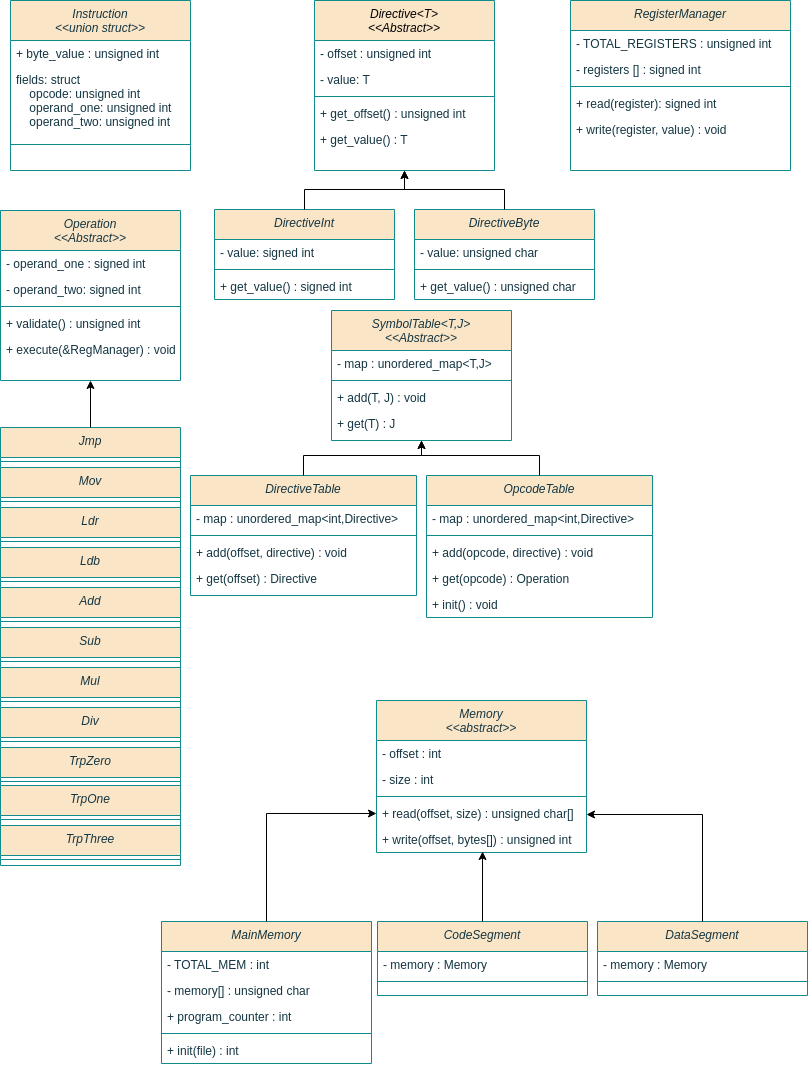
The draw.io diagram design/ClassUML.drawio.png in podefero/VirtualAssembler, before a commit. Source tidied: cells renumbered, new cells last; positions are measured from the earlier drawing's top-left corner, leaving out a move shared by most shapes.
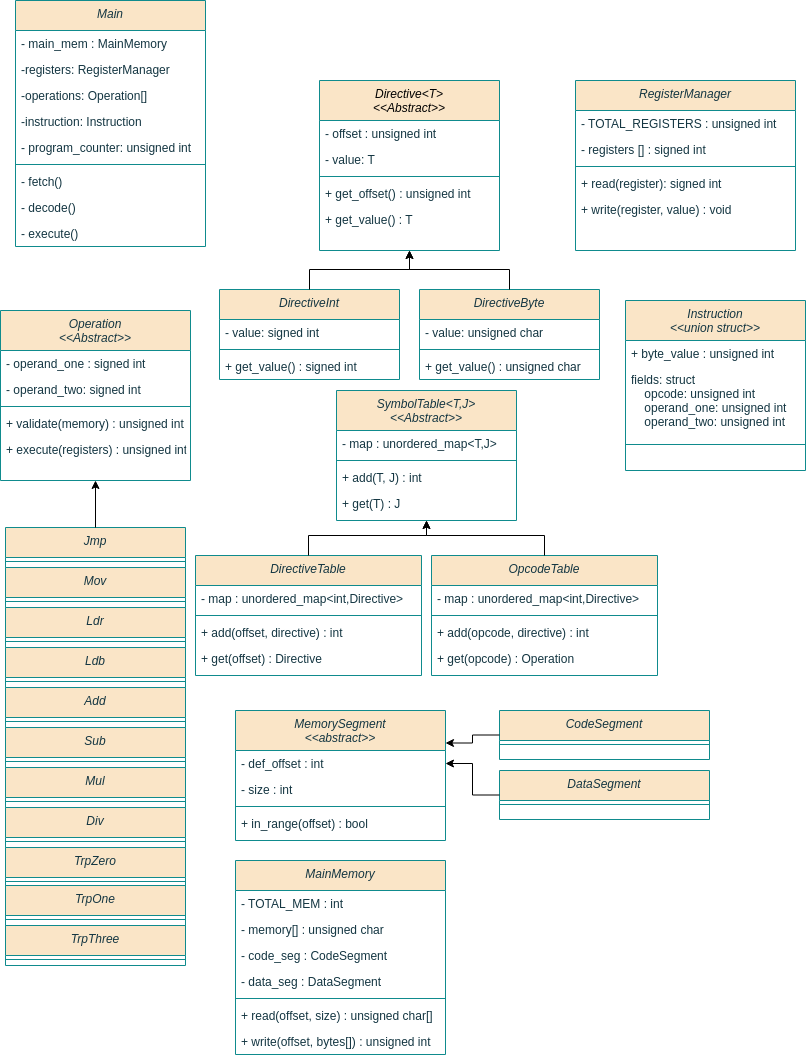
The same file after the commit.

Change to the diagram source:
```diff
@@ -5,3 +5,3 @@
     <mxCell id="2" value="Instruction&#10;&lt;&lt;union struct&gt;&gt;" style="swimlane;fontStyle=2;align=center;verticalAlign=top;horizontal=1;startSize=40;rounded=0;shadow=0;strokeWidth=1;labelBackgroundColor=none;fillColor=#FAE5C7;strokeColor=#0F8B8D;fontColor=#143642;" parent="1" vertex="1">
-      <mxGeometry x="10" width="180" height="170" as="geometry" />
+      <mxGeometry x="620" y="220" width="180" height="170" as="geometry" />
     </mxCell>
@@ -71,21 +71,21 @@
     <mxCell id="24" style="group;" parent="1" vertex="1">
-      <mxGeometry y="210" width="180" height="656" as="geometry" />
+      <mxGeometry y="230" width="190" height="656" as="geometry" />
     </mxCell>
     <mxCell id="25" value="Operation&#10;&lt;&lt;Abstract&gt;&gt;" style="swimlane;fontStyle=2;align=center;verticalAlign=top;horizontal=1;startSize=40;rounded=0;shadow=0;strokeWidth=1;labelBackgroundColor=none;fillColor=#FAE5C7;strokeColor=#0F8B8D;fontColor=#143642;" parent="24" vertex="1">
-      <mxGeometry width="180" height="170" as="geometry" />
+      <mxGeometry x="-5" width="190" height="170" as="geometry" />
     </mxCell>
     <mxCell id="26" value="- operand_one : signed int" style="text;align=left;verticalAlign=top;spacingLeft=4;spacingRight=4;overflow=hidden;labelBackgroundColor=none;fontColor=#143642;" parent="25" vertex="1">
-      <mxGeometry y="40" width="180" height="26" as="geometry" />
+      <mxGeometry y="40" width="190" height="26" as="geometry" />
     </mxCell>
     <mxCell id="27" value="- operand_two: signed int" style="text;align=left;verticalAlign=top;spacingLeft=4;spacingRight=4;overflow=hidden;labelBackgroundColor=none;fontColor=#143642;" parent="25" vertex="1">
-      <mxGeometry y="66" width="180" height="26" as="geometry" />
+      <mxGeometry y="66" width="190" height="26" as="geometry" />
     </mxCell>
     <mxCell id="28" style="line;html=1;strokeWidth=1;align=left;verticalAlign=middle;spacingTop=-1;spacingLeft=3;spacingRight=3;labelPosition=right;labelBackgroundColor=none;fillColor=#FAE5C7;strokeColor=#0F8B8D;fontColor=#143642;" parent="25" vertex="1">
-      <mxGeometry y="92" width="180" height="8" as="geometry" />
+      <mxGeometry y="92" width="190" height="8" as="geometry" />
     </mxCell>
-    <mxCell id="29" value="+ validate() : unsigned int" style="text;align=left;verticalAlign=top;spacingLeft=4;spacingRight=4;overflow=hidden;labelBackgroundColor=none;fontColor=#143642;" parent="25" vertex="1">
-      <mxGeometry y="100" width="180" height="26" as="geometry" />
+    <mxCell id="29" value="+ validate(memory) : unsigned int" style="text;align=left;verticalAlign=top;spacingLeft=4;spacingRight=4;overflow=hidden;labelBackgroundColor=none;fontColor=#143642;" parent="25" vertex="1">
+      <mxGeometry y="100" width="190" height="26" as="geometry" />
     </mxCell>
-    <mxCell id="30" value="+ execute(&amp;RegManager) : void" style="text;align=left;verticalAlign=top;spacingLeft=4;spacingRight=4;overflow=hidden;labelBackgroundColor=none;fontColor=#143642;" parent="25" vertex="1">
-      <mxGeometry y="126" width="180" height="26" as="geometry" />
+    <mxCell id="30" value="+ execute(registers) : unsigned int" style="text;align=left;verticalAlign=top;spacingLeft=4;spacingRight=4;overflow=hidden;labelBackgroundColor=none;fontColor=#143642;" parent="25" vertex="1">
+      <mxGeometry y="126" width="190" height="26" as="geometry" />
     </mxCell>
@@ -193,3 +193,3 @@
     </mxCell>
-    <mxCell id="65" value="+ add(T, J) : void" style="text;align=left;verticalAlign=top;spacingLeft=4;spacingRight=4;overflow=hidden;labelBackgroundColor=none;fontColor=#143642;" parent="62" vertex="1">
+    <mxCell id="65" value="+ add(T, J) : int" style="text;align=left;verticalAlign=top;spacingLeft=4;spacingRight=4;overflow=hidden;labelBackgroundColor=none;fontColor=#143642;" parent="62" vertex="1">
       <mxGeometry y="74" width="180" height="26" as="geometry" />
@@ -211,3 +211,3 @@
     </mxCell>
-    <mxCell id="71" value="+ add(offset, directive) : void" style="text;align=left;verticalAlign=top;spacingLeft=4;spacingRight=4;overflow=hidden;labelBackgroundColor=none;fontColor=#143642;" parent="68" vertex="1">
+    <mxCell id="71" value="+ add(offset, directive) : int" style="text;align=left;verticalAlign=top;spacingLeft=4;spacingRight=4;overflow=hidden;labelBackgroundColor=none;fontColor=#143642;" parent="68" vertex="1">
       <mxGeometry y="64" width="226" height="26" as="geometry" />
@@ -218,3 +218,3 @@
     <mxCell id="73" value="OpcodeTable" style="swimlane;fontStyle=2;align=center;verticalAlign=top;horizontal=1;startSize=30;rounded=0;shadow=0;strokeWidth=1;labelBackgroundColor=none;fillColor=#FAE5C7;strokeColor=#0F8B8D;fontColor=#143642;" parent="67" vertex="1">
-      <mxGeometry x="236" width="226" height="142" as="geometry" />
+      <mxGeometry x="236" width="226" height="120" as="geometry" />
     </mxCell>
@@ -226,3 +226,3 @@
     </mxCell>
-    <mxCell id="76" value="+ add(opcode, directive) : void" style="text;align=left;verticalAlign=top;spacingLeft=4;spacingRight=4;overflow=hidden;labelBackgroundColor=none;fontColor=#143642;" parent="73" vertex="1">
+    <mxCell id="76" value="+ add(opcode, directive) : int" style="text;align=left;verticalAlign=top;spacingLeft=4;spacingRight=4;overflow=hidden;labelBackgroundColor=none;fontColor=#143642;" parent="73" vertex="1">
       <mxGeometry y="64" width="226" height="26" as="geometry" />
@@ -232,5 +232,2 @@
     </mxCell>
-    <mxCell id="78" value="+ init() : void" style="text;align=left;verticalAlign=top;spacingLeft=4;spacingRight=4;overflow=hidden;labelBackgroundColor=none;fontColor=#143642;" parent="73" vertex="1">
-      <mxGeometry y="116" width="226" height="26" as="geometry" />
-    </mxCell>
     <mxCell id="79" style="edgeStyle=orthogonalEdgeStyle;rounded=0;jettySize=auto;html=1;exitX=0.5;exitY=0;exitDx=0;exitDy=0;entryX=0.5;entryY=1;entryDx=0;entryDy=0;fontColor=default;" parent="61" edge="1" source="68" target="62">
@@ -241,6 +238,6 @@
     </mxCell>
-    <mxCell id="81" value="Memory&#10;&lt;&lt;abstract&gt;&gt;" style="swimlane;fontStyle=2;align=center;verticalAlign=top;horizontal=1;startSize=40;rounded=0;shadow=0;strokeWidth=1;labelBackgroundColor=none;fillColor=#FAE5C7;strokeColor=#0F8B8D;fontColor=#143642;" parent="1" vertex="1">
-      <mxGeometry x="376" y="700" width="210" height="152" as="geometry" />
+    <mxCell id="81" value="MemorySegment&#10;&lt;&lt;abstract&gt;&gt;" style="swimlane;fontStyle=2;align=center;verticalAlign=top;horizontal=1;startSize=40;rounded=0;shadow=0;strokeWidth=1;labelBackgroundColor=none;fillColor=#FAE5C7;strokeColor=#0F8B8D;fontColor=#143642;" parent="1" vertex="1">
+      <mxGeometry x="230" y="630" width="210" height="130" as="geometry" />
     </mxCell>
-    <mxCell id="82" value="- offset : int" style="text;align=left;verticalAlign=top;spacingLeft=4;spacingRight=4;overflow=hidden;points=[[0,0.5],[1,0.5]];portConstraint=eastwest;labelBackgroundColor=none;fontColor=#143642;" parent="81" vertex="1">
+    <mxCell id="82" value="- def_offset : int" style="text;align=left;verticalAlign=top;spacingLeft=4;spacingRight=4;overflow=hidden;points=[[0,0.5],[1,0.5]];portConstraint=eastwest;labelBackgroundColor=none;fontColor=#143642;" parent="81" vertex="1">
       <mxGeometry y="40" width="210" height="26" as="geometry" />
@@ -253,13 +250,37 @@
     </mxCell>
-    <mxCell id="85" value="+ read(offset, size) : unsigned char[]" style="text;align=left;verticalAlign=top;spacingLeft=4;spacingRight=4;overflow=hidden;points=[[0,0.5],[1,0.5]];portConstraint=eastwest;labelBackgroundColor=none;fontColor=#143642;" parent="81" vertex="1">
-      <mxGeometry y="100" width="210" height="26" as="geometry" />
-    </mxCell>
-    <mxCell id="86" value="+ write(offset, bytes[]) : unsigned int" style="text;align=left;verticalAlign=top;spacingLeft=4;spacingRight=4;overflow=hidden;points=[[0,0.5],[1,0.5]];portConstraint=eastwest;labelBackgroundColor=none;fontColor=#143642;" parent="81" vertex="1">
-      <mxGeometry y="126" width="210" height="26" as="geometry" />
-    </mxCell>
-    <mxCell id="87" style="group;" parent="1" vertex="1">
-      <mxGeometry x="161" y="921" width="646" height="142" as="geometry" />
-    </mxCell>
+    <mxCell id="103" value="+ in_range(offset) : bool" style="text;align=left;verticalAlign=top;spacingLeft=4;spacingRight=4;overflow=hidden;labelBackgroundColor=none;fontColor=#143642;" parent="81" vertex="1">
+      <mxGeometry y="100" width="210" height="26" as="geometry" />
+    </mxCell>
+    <mxCell id="104" value="Main" style="swimlane;fontStyle=2;align=center;verticalAlign=top;horizontal=1;startSize=30;rounded=0;shadow=0;strokeWidth=1;labelBackgroundColor=none;fillColor=#FAE5C7;strokeColor=#0F8B8D;fontColor=#143642;" parent="1" vertex="1">
+      <mxGeometry x="10" y="-80" width="190" height="246" as="geometry" />
+    </mxCell>
+    <mxCell id="105" value="- main_mem : MainMemory" style="text;align=left;verticalAlign=top;spacingLeft=4;spacingRight=4;overflow=hidden;labelBackgroundColor=none;fontColor=#143642;" parent="104" vertex="1">
+      <mxGeometry y="30" width="190" height="26" as="geometry" />
+    </mxCell>
+    <mxCell id="106" value="-registers: RegisterManager" style="text;align=left;verticalAlign=top;spacingLeft=4;spacingRight=4;overflow=hidden;labelBackgroundColor=none;fontColor=#143642;" parent="104" vertex="1">
+      <mxGeometry y="56" width="190" height="26" as="geometry" />
+    </mxCell>
+    <mxCell id="107" value="-operations: Operation[]" style="text;align=left;verticalAlign=top;spacingLeft=4;spacingRight=4;overflow=hidden;labelBackgroundColor=none;fontColor=#143642;" parent="104" vertex="1">
+      <mxGeometry y="82" width="190" height="26" as="geometry" />
+    </mxCell>
+    <mxCell id="108" value="-instruction: Instruction" style="text;align=left;verticalAlign=top;spacingLeft=4;spacingRight=4;overflow=hidden;labelBackgroundColor=none;fontColor=#143642;" parent="104" vertex="1">
+      <mxGeometry y="108" width="190" height="26" as="geometry" />
+    </mxCell>
+    <mxCell id="109" value="- program_counter: unsigned int" style="text;align=left;verticalAlign=top;spacingLeft=4;spacingRight=4;overflow=hidden;labelBackgroundColor=none;fontColor=#143642;" parent="104" vertex="1">
+      <mxGeometry y="134" width="190" height="26" as="geometry" />
+    </mxCell>
+    <mxCell id="110" style="line;html=1;strokeWidth=1;align=left;verticalAlign=middle;spacingTop=-1;spacingLeft=3;spacingRight=3;labelPosition=right;labelBackgroundColor=none;fillColor=#FAE5C7;strokeColor=#0F8B8D;fontColor=#143642;" parent="104" vertex="1">
+      <mxGeometry y="160" width="190" height="8" as="geometry" />
+    </mxCell>
+    <mxCell id="111" value="- fetch()" style="text;align=left;verticalAlign=top;spacingLeft=4;spacingRight=4;overflow=hidden;labelBackgroundColor=none;fontColor=#143642;" parent="104" vertex="1">
+      <mxGeometry y="168" width="190" height="26" as="geometry" />
+    </mxCell>
+    <mxCell id="112" value="- decode()" style="text;align=left;verticalAlign=top;spacingLeft=4;spacingRight=4;overflow=hidden;labelBackgroundColor=none;fontColor=#143642;" parent="104" vertex="1">
+      <mxGeometry y="194" width="190" height="26" as="geometry" />
+    </mxCell>
+    <mxCell id="113" value="- execute()" style="text;align=left;verticalAlign=top;spacingLeft=4;spacingRight=4;overflow=hidden;labelBackgroundColor=none;fontColor=#143642;" parent="104" vertex="1">
+      <mxGeometry y="220" width="190" height="26" as="geometry" />
+    </mxCell>
-    <mxCell id="88" value="MainMemory" style="swimlane;fontStyle=2;align=center;verticalAlign=top;horizontal=1;startSize=30;rounded=0;shadow=0;strokeWidth=1;labelBackgroundColor=none;fillColor=#FAE5C7;strokeColor=#0F8B8D;fontColor=#143642;" parent="87" vertex="1">
-      <mxGeometry width="210" height="142" as="geometry" />
+    <mxCell id="88" value="MainMemory" style="swimlane;fontStyle=2;align=center;verticalAlign=top;horizontal=1;startSize=30;rounded=0;shadow=0;strokeWidth=1;labelBackgroundColor=none;fillColor=#FAE5C7;strokeColor=#0F8B8D;fontColor=#143642;" parent="1" vertex="1">
+      <mxGeometry x="230" y="780" width="210" height="194" as="geometry" />
     </mxCell>
@@ -271,38 +292,38 @@
     </mxCell>
-    <mxCell id="91" value="+ program_counter : int" style="text;align=left;verticalAlign=top;spacingLeft=4;spacingRight=4;overflow=hidden;labelBackgroundColor=none;fontColor=#143642;" parent="88" vertex="1">
-      <mxGeometry y="82" width="210" height="26" as="geometry" />
-    </mxCell>
+    <mxCell id="114" value="- code_seg : CodeSegment" style="text;align=left;verticalAlign=top;spacingLeft=4;spacingRight=4;overflow=hidden;labelBackgroundColor=none;fontColor=#143642;" parent="88" vertex="1">
+      <mxGeometry y="82" width="210" height="26" as="geometry" />
+    </mxCell>
+    <mxCell id="115" value="- data_seg : DataSegment" style="text;align=left;verticalAlign=top;spacingLeft=4;spacingRight=4;overflow=hidden;labelBackgroundColor=none;fontColor=#143642;" parent="88" vertex="1">
+      <mxGeometry y="108" width="210" height="26" as="geometry" />
+    </mxCell>
     <mxCell id="92" style="line;html=1;strokeWidth=1;align=left;verticalAlign=middle;spacingTop=-1;spacingLeft=3;spacingRight=3;labelPosition=right;labelBackgroundColor=none;fillColor=#FAE5C7;strokeColor=#0F8B8D;fontColor=#143642;" parent="88" vertex="1">
-      <mxGeometry y="108" width="210" height="8" as="geometry" />
+      <mxGeometry y="134" width="210" height="8" as="geometry" />
     </mxCell>
-    <mxCell id="93" value="+ init(file) : int" style="text;align=left;verticalAlign=top;spacingLeft=4;spacingRight=4;overflow=hidden;labelBackgroundColor=none;fontColor=#143642;" parent="88" vertex="1">
-      <mxGeometry y="116" width="210" height="26" as="geometry" />
-    </mxCell>
+    <mxCell id="85" value="+ read(offset, size) : unsigned char[]" style="text;align=left;verticalAlign=top;spacingLeft=4;spacingRight=4;overflow=hidden;points=[[0,0.5],[1,0.5]];portConstraint=eastwest;labelBackgroundColor=none;fontColor=#143642;" parent="88" vertex="1">
+      <mxGeometry y="142" width="210" height="26" as="geometry" />
+    </mxCell>
+    <mxCell id="86" value="+ write(offset, bytes[]) : unsigned int" style="text;align=left;verticalAlign=top;spacingLeft=4;spacingRight=4;overflow=hidden;points=[[0,0.5],[1,0.5]];portConstraint=eastwest;labelBackgroundColor=none;fontColor=#143642;" parent="88" vertex="1">
+      <mxGeometry y="168" width="210" height="26" as="geometry" />
+    </mxCell>
+    <mxCell id="116" style="group;" parent="1" vertex="1">
+      <mxGeometry x="494" y="630" width="210" height="109" as="geometry" />
+    </mxCell>
-    <mxCell id="94" value="CodeSegment" style="swimlane;fontStyle=2;align=center;verticalAlign=top;horizontal=1;startSize=30;rounded=0;shadow=0;strokeWidth=1;labelBackgroundColor=none;fillColor=#FAE5C7;strokeColor=#0F8B8D;fontColor=#143642;" parent="87" vertex="1">
-      <mxGeometry x="216" width="210" height="74" as="geometry" />
+    <mxCell id="94" value="CodeSegment" style="swimlane;fontStyle=2;align=center;verticalAlign=top;horizontal=1;startSize=30;rounded=0;shadow=0;strokeWidth=1;labelBackgroundColor=none;fillColor=#FAE5C7;strokeColor=#0F8B8D;fontColor=#143642;" parent="116" vertex="1">
+      <mxGeometry width="210" height="49" as="geometry" />
     </mxCell>
-    <mxCell id="95" value="- memory : Memory" style="text;align=left;verticalAlign=top;spacingLeft=4;spacingRight=4;overflow=hidden;labelBackgroundColor=none;fontColor=#143642;" parent="94" vertex="1">
-      <mxGeometry y="30" width="210" height="26" as="geometry" />
-    </mxCell>
     <mxCell id="96" style="line;html=1;strokeWidth=1;align=left;verticalAlign=middle;spacingTop=-1;spacingLeft=3;spacingRight=3;labelPosition=right;labelBackgroundColor=none;fillColor=#FAE5C7;strokeColor=#0F8B8D;fontColor=#143642;" parent="94" vertex="1">
-      <mxGeometry y="56" width="210" height="8" as="geometry" />
+      <mxGeometry y="30" width="210" height="8" as="geometry" />
     </mxCell>
-    <mxCell id="97" value="DataSegment" style="swimlane;fontStyle=2;align=center;verticalAlign=top;horizontal=1;startSize=30;rounded=0;shadow=0;strokeWidth=1;labelBackgroundColor=none;fillColor=#FAE5C7;strokeColor=#0F8B8D;fontColor=#143642;" parent="87" vertex="1">
-      <mxGeometry x="436" width="210" height="74" as="geometry" />
+    <mxCell id="97" value="DataSegment" style="swimlane;fontStyle=2;align=center;verticalAlign=top;horizontal=1;startSize=30;rounded=0;shadow=0;strokeWidth=1;labelBackgroundColor=none;fillColor=#FAE5C7;strokeColor=#0F8B8D;fontColor=#143642;" parent="116" vertex="1">
+      <mxGeometry y="60" width="210" height="49" as="geometry" />
     </mxCell>
-    <mxCell id="98" value="- memory : Memory" style="text;align=left;verticalAlign=top;spacingLeft=4;spacingRight=4;overflow=hidden;labelBackgroundColor=none;fontColor=#143642;" parent="97" vertex="1">
-      <mxGeometry y="30" width="210" height="26" as="geometry" />
-    </mxCell>
     <mxCell id="99" style="line;html=1;strokeWidth=1;align=left;verticalAlign=middle;spacingTop=-1;spacingLeft=3;spacingRight=3;labelPosition=right;labelBackgroundColor=none;fillColor=#FAE5C7;strokeColor=#0F8B8D;fontColor=#143642;" parent="97" vertex="1">
-      <mxGeometry y="56" width="210" height="8" as="geometry" />
+      <mxGeometry y="30" width="210" height="8" as="geometry" />
     </mxCell>
-    <mxCell id="100" style="edgeStyle=orthogonalEdgeStyle;rounded=0;jettySize=auto;html=1;exitX=0.5;exitY=0;exitDx=0;exitDy=0;entryX=0;entryY=0.5;entryDx=0;entryDy=0;strokeColor=default;" parent="1" edge="1" source="88" target="85">
-      <mxGeometry relative="1" as="geometry" />
-    </mxCell>
-    <mxCell id="101" style="edgeStyle=orthogonalEdgeStyle;rounded=0;jettySize=auto;html=1;exitX=0.5;exitY=0;exitDx=0;exitDy=0;entryX=0.505;entryY=0.962;entryDx=0;entryDy=0;entryPerimeter=0;strokeColor=default;" parent="1" edge="1" source="94" target="86">
-      <mxGeometry relative="1" as="geometry" />
-    </mxCell>
-    <mxCell id="102" style="edgeStyle=orthogonalEdgeStyle;rounded=0;jettySize=auto;html=1;exitX=0.5;exitY=0;exitDx=0;exitDy=0;entryX=1;entryY=0.75;entryDx=0;entryDy=0;strokeColor=default;" parent="1" edge="1" source="97" target="81">
-      <mxGeometry relative="1" as="geometry" />
-    </mxCell>
+    <mxCell id="117" style="edgeStyle=orthogonalEdgeStyle;rounded=0;jettySize=auto;html=1;exitX=0;exitY=0.5;exitDx=0;exitDy=0;entryX=1;entryY=0.25;entryDx=0;entryDy=0;" parent="1" edge="1" source="94" target="81">
+      <mxGeometry relative="1" as="geometry" />
+    </mxCell>
+    <mxCell id="118" style="edgeStyle=orthogonalEdgeStyle;rounded=0;jettySize=auto;html=1;exitX=0;exitY=0.5;exitDx=0;exitDy=0;entryX=1;entryY=0.5;entryDx=0;entryDy=0;" parent="1" edge="1" source="97" target="82">
+      <mxGeometry relative="1" as="geometry" />
+    </mxCell>
   </root>
```
